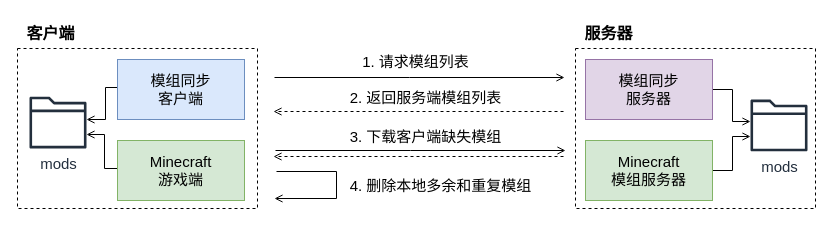
Before: page "同步架构简单示意图" (2 of 2) of docs/diagram/同步运行活动图.dio in swsk33/mc-server-sync, a draw.io diagram. Source tidied: cells renumbered, new cells numbered last; positions are measured from the earlier drawing's top-left corner, leaving out a move shared by most shapes. Both pictures are drawn from the tidied source at 100%, with x=0, y=0 at pixel (17, 17).
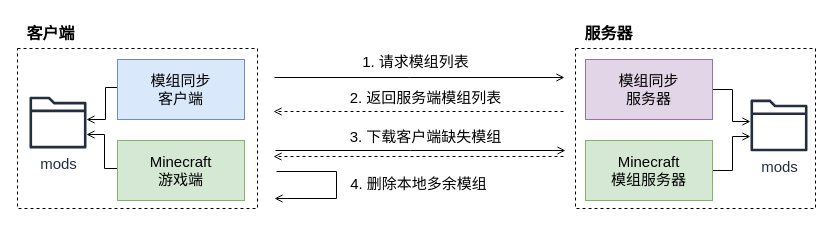
The same diagram, later.

What changed in the source:
```diff
@@
-    <mxCell id="24" value="4. 删除本地多余和重复模组" style="text;html=1;align=center;verticalAlign=middle;strokeColor=none;fillColor=none;fontFamily=Helvetica;fontSize=15;fontColor=default;labelBackgroundColor=none;" parent="1" vertex="1">
-      <mxGeometry x="323" y="153" width="200" height="30" as="geometry" />
+    <mxCell id="24" value="4. 删除本地多余模组" style="text;html=1;align=center;verticalAlign=middle;strokeColor=none;fillColor=none;fontFamily=Helvetica;fontSize=15;fontColor=default;labelBackgroundColor=none;" parent="1" vertex="1">
+      <mxGeometry x="323" y="151" width="155" height="30" as="geometry" />
     </mxCell>
```
